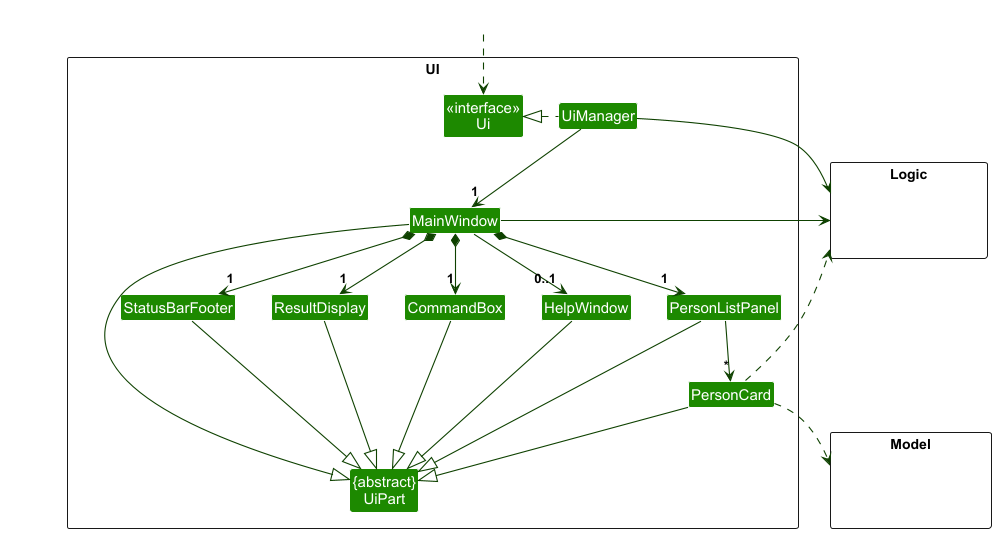
This is docs/images/UiClassDiagram.png from Itsdaodao/tp, a PlantUML export, as it was before one commit.
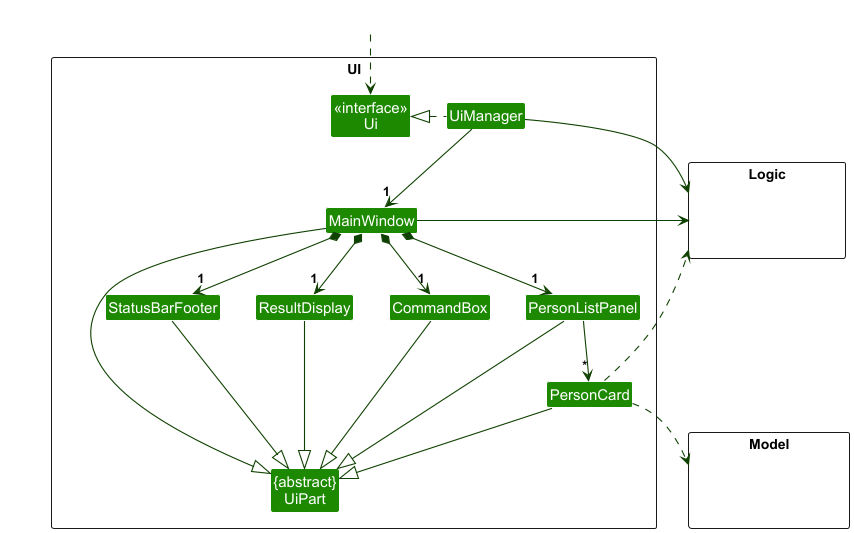
Later version of the same file.

Change to the diagram source:
```diff
@@ -9,7 +9,6 @@
 Class "{abstract}\nUiPart" as UiPart
 Class UiManager
 Class MainWindow
-Class HelpWindow
 Class ResultDisplay
 Class PersonListPanel
 Class PersonCard
@@ -34,7 +33,6 @@
 MainWindow *-down-> "1" ResultDisplay
 MainWindow *-down-> "1" PersonListPanel
 MainWindow *-down-> "1" StatusBarFooter
-MainWindow --> "0..1" HelpWindow
 
 PersonListPanel -down-> "*" PersonCard
 
@@ -45,15 +43,12 @@
 PersonListPanel --|> UiPart
 PersonCard --|> UiPart
 StatusBarFooter --|> UiPart
-HelpWindow --|> UiPart
 
 PersonCard ..> Model
 PersonCard ..> Logic
 UiManager -right-> Logic
 MainWindow -left-> Logic
 
-PersonListPanel -[hidden]left- HelpWindow
-HelpWindow -[hidden]left- CommandBox
 CommandBox -[hidden]left- ResultDisplay
 ResultDisplay -[hidden]left- StatusBarFooter
 
```
